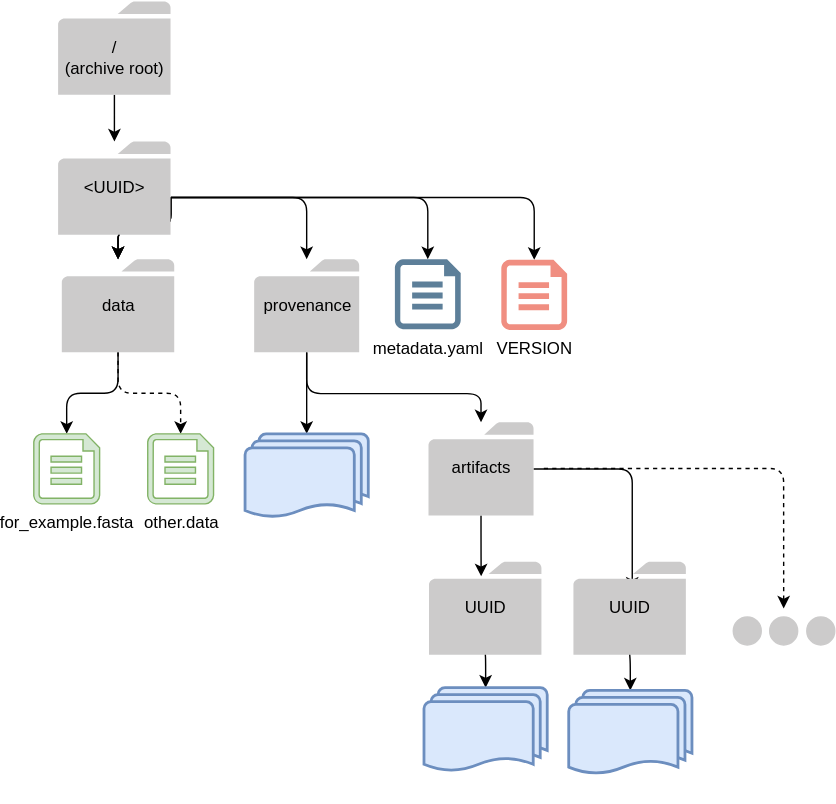
qiime2/dev-docs keeps this draw.io diagram as source/img/archive_versions/v1-4_archive_fmt.svg. Above is the earlier version. Source tidied: cells renumbered, new cells last; positions are measured from the earlier drawing's top-left corner, leaving out a move shared by most shapes.
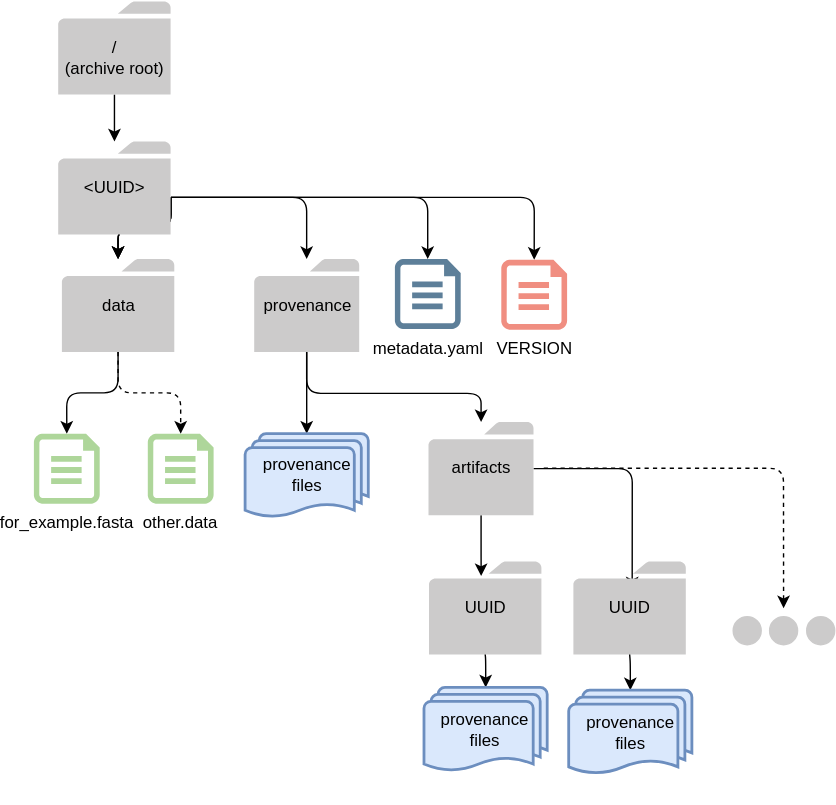
Above is the later version.

What changed in the source:
```diff
@@ -70,10 +70,10 @@
     <mxCell id="18" value="&lt;div&gt;&amp;lt;UUID&amp;gt;&lt;/div&gt;" style="shadow=0;dashed=0;html=1;strokeColor=none;labelPosition=center;verticalLabelPosition=middle;verticalAlign=middle;outlineConnect=0;align=center;shape=mxgraph.office.concepts.folder;fillColor=#CCCBCB;rounded=1;" parent="1" vertex="1">
       <mxGeometry x="17" y="100.5" width="80.3" height="66.5" as="geometry" />
     </mxCell>
-    <mxCell id="19" value="&lt;div&gt;for_example.fasta&lt;/div&gt;" style="shadow=0;dashed=0;html=1;strokeColor=#82b366;labelPosition=center;verticalLabelPosition=bottom;verticalAlign=top;align=center;shape=mxgraph.azure.file;fillColor=#d5e8d4;rounded=1;" parent="1" vertex="1">
+    <mxCell id="19" value="&lt;div&gt;for_example.fasta&lt;/div&gt;" style="shadow=0;dashed=0;html=1;labelPosition=center;verticalLabelPosition=bottom;verticalAlign=top;align=center;shape=mxgraph.azure.file;rounded=1;strokeColor=none;fillColor=#AED69A;" parent="1" vertex="1">
       <mxGeometry x="-0.4" y="309.2" width="47" height="50" as="geometry" />
     </mxCell>
-    <mxCell id="20" value="&lt;div&gt;other.data&lt;/div&gt;" style="shadow=0;dashed=0;html=1;strokeColor=#82b366;labelPosition=center;verticalLabelPosition=bottom;verticalAlign=top;align=center;shape=mxgraph.azure.file;fillColor=#d5e8d4;rounded=1;" parent="1" vertex="1">
+    <mxCell id="20" value="&lt;div&gt;other.data&lt;/div&gt;" style="shadow=0;dashed=0;html=1;labelPosition=center;verticalLabelPosition=bottom;verticalAlign=top;align=center;shape=mxgraph.azure.file;rounded=1;strokeColor=none;fillColor=#AED69A;" parent="1" vertex="1">
       <mxGeometry x="81" y="309.2" width="47" height="50" as="geometry" />
     </mxCell>
     <mxCell id="21" style="edgeStyle=orthogonalEdgeStyle;jettySize=auto;html=1;" parent="1" edge="1" source="23">
@@ -97,7 +97,7 @@
         <mxPoint x="361.5" y="565.5" as="sourcePoint" />
       </mxGeometry>
     </mxCell>
-    <mxCell id="26" style="strokeWidth=2;html=1;shape=mxgraph.flowchart.multi-document;whiteSpace=wrap;fillColor=#dae8fc;strokeColor=#6c8ebf;rounded=1;" parent="1" vertex="1">
+    <mxCell id="26" value="&lt;div&gt;provenance files&lt;/div&gt;" style="strokeWidth=2;html=1;shape=mxgraph.flowchart.multi-document;whiteSpace=wrap;fillColor=#dae8fc;strokeColor=#6c8ebf;rounded=1;" parent="1" vertex="1">
       <mxGeometry x="150.5" y="309.2" width="88" height="60" as="geometry" />
     </mxCell>
     <mxCell id="27" value="UUID" style="shadow=0;dashed=0;html=1;strokeColor=none;labelPosition=center;verticalLabelPosition=middle;verticalAlign=middle;outlineConnect=0;align=center;shape=mxgraph.office.concepts.folder;fillColor=#CCCBCB;rounded=1;" parent="1" vertex="1">
@@ -106,13 +106,13 @@
     <mxCell id="28" style="edgeStyle=orthogonalEdgeStyle;rounded=1;jettySize=auto;html=1;startArrow=classic;startFill=1;endArrow=none;endFill=0;" parent="1" edge="1" source="29" target="24">
       <mxGeometry relative="1" as="geometry" />
     </mxCell>
-    <mxCell id="29" style="strokeWidth=2;html=1;shape=mxgraph.flowchart.multi-document;whiteSpace=wrap;fillColor=#dae8fc;strokeColor=#6c8ebf;rounded=1;" parent="1" vertex="1">
+    <mxCell id="29" value="&lt;div&gt;provenance files&lt;/div&gt;" style="strokeWidth=2;html=1;shape=mxgraph.flowchart.multi-document;whiteSpace=wrap;fillColor=#dae8fc;strokeColor=#6c8ebf;rounded=1;" parent="1" vertex="1">
       <mxGeometry x="278.3" y="490.5" width="88" height="60" as="geometry" />
     </mxCell>
     <mxCell id="30" style="edgeStyle=orthogonalEdgeStyle;rounded=1;jettySize=auto;html=1;startArrow=classic;startFill=1;endArrow=none;endFill=0;" parent="1" edge="1" source="31" target="27">
       <mxGeometry relative="1" as="geometry" />
     </mxCell>
-    <mxCell id="31" style="strokeWidth=2;html=1;shape=mxgraph.flowchart.multi-document;whiteSpace=wrap;fillColor=#dae8fc;strokeColor=#6c8ebf;rounded=1;" parent="1" vertex="1">
+    <mxCell id="31" value="&lt;div&gt;provenance files&lt;/div&gt;" style="strokeWidth=2;html=1;shape=mxgraph.flowchart.multi-document;whiteSpace=wrap;fillColor=#dae8fc;strokeColor=#6c8ebf;rounded=1;" parent="1" vertex="1">
       <mxGeometry x="381.6" y="492.5" width="88" height="60" as="geometry" />
     </mxCell>
     <mxCell id="32" style="edgeStyle=orthogonalEdgeStyle;rounded=1;orthogonalLoop=1;jettySize=auto;html=1;startArrow=classic;startFill=1;endArrow=none;endFill=0;dashed=1;" parent="1" edge="1">
```
